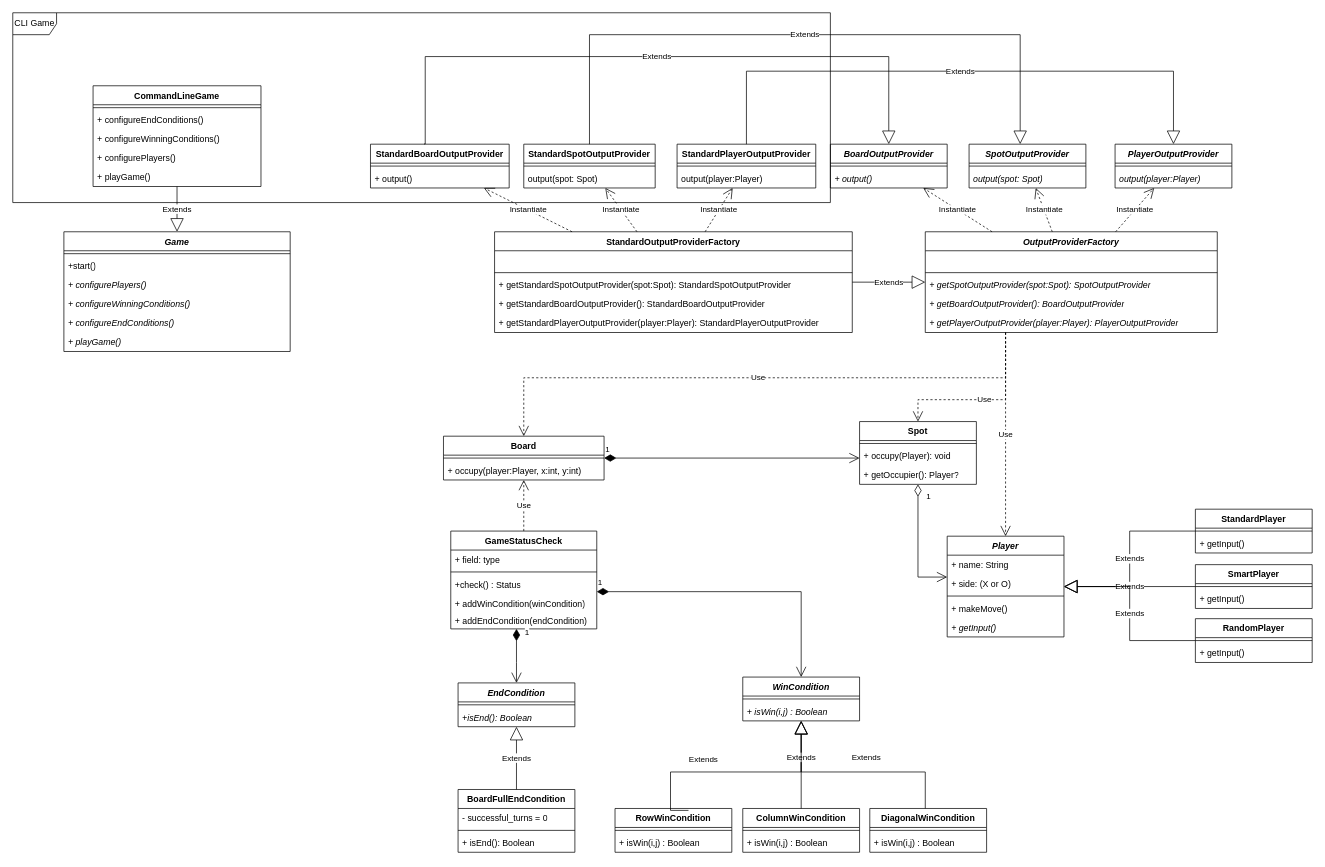
The draw.io diagram tictactoe.drawio in ddavid0909/notebook-test-project, before the edit. Source tidied: cells renumbered, new cells numbered last; positions are measured from the earlier drawing's top-left corner, leaving out a move shared by most shapes. Both pictures are drawn from the tidied source at 73%, with x=0, y=0 at pixel (12, 12).
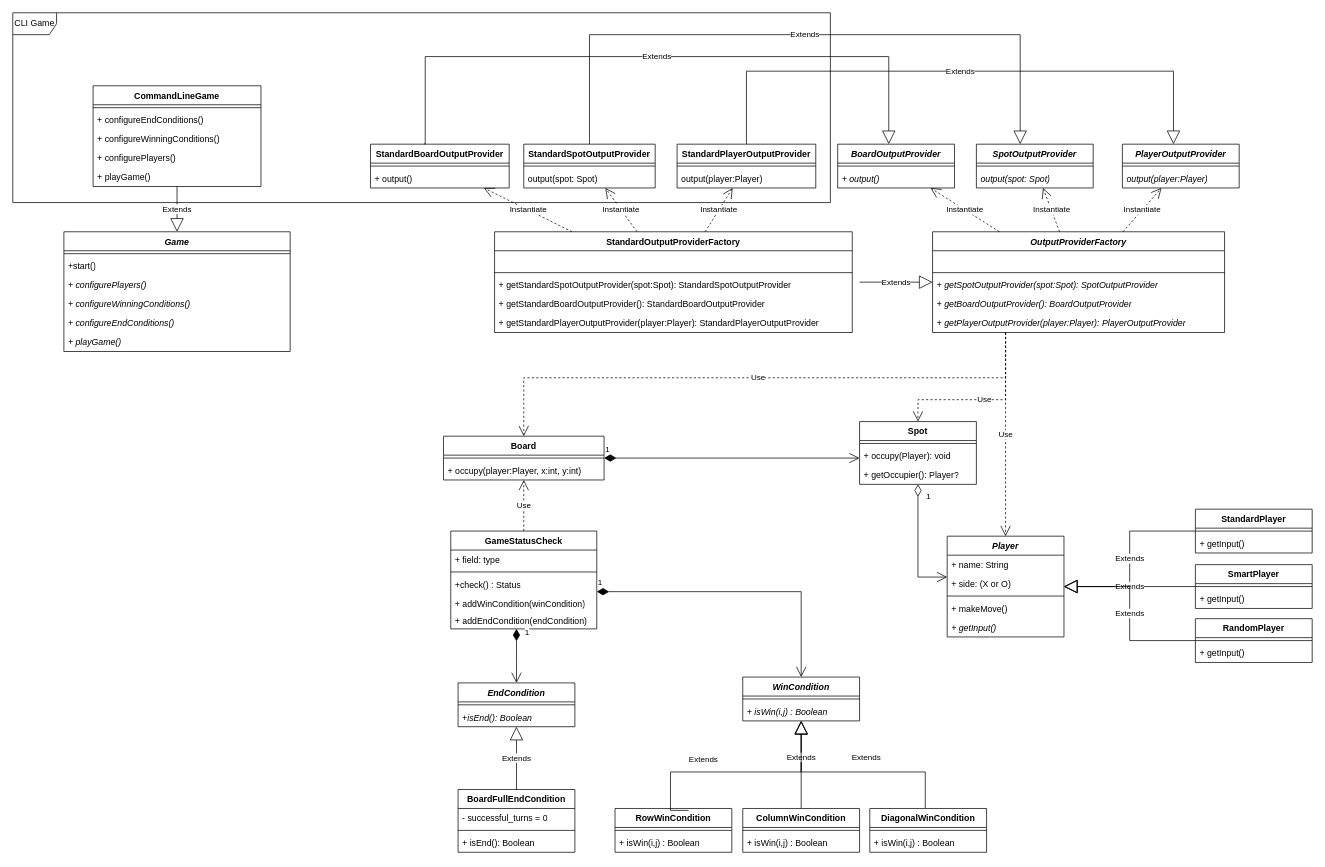
Above is the later version.

Unchanged cells that the change refers to:
```xml
<mxCell id="67" value="StandardOutputProviderFactory" style="swimlane;fontStyle=1;align=center;verticalAlign=top;horizontal=1;startSize=26;whiteSpace=wrap;html=1;" parent="1" vertex="1">
  <mxGeometry x="660" y="300" width="490" height="138" as="geometry" />
</mxCell>
```

What changed in the source:
```diff
@@
     <mxCell id="49" value="&lt;i&gt;OutputProviderFactory&lt;/i&gt;" style="swimlane;fontStyle=1;align=center;verticalAlign=top;horizontal=1;startSize=26;whiteSpace=wrap;html=1;" parent="1" vertex="1">
-      <mxGeometry x="1250" y="300" width="400" height="138" as="geometry" />
+      <mxGeometry x="1260" y="300" width="400" height="138" as="geometry" />
     </mxCell>
@@
     <mxCell id="55" value="&lt;i&gt;BoardOutputProvider&lt;/i&gt;" style="swimlane;fontStyle=1;align=center;verticalAlign=top;horizontal=1;startSize=26;whiteSpace=wrap;html=1;" parent="1" vertex="1">
-      <mxGeometry x="1120" y="180" width="160" height="60" as="geometry" />
+      <mxGeometry x="1130" y="180" width="160" height="60" as="geometry" />
     </mxCell>
@@
     <mxCell id="58" value="&lt;i&gt;SpotOutputProvider&lt;/i&gt;" style="swimlane;fontStyle=1;align=center;verticalAlign=top;horizontal=1;startSize=26;whiteSpace=wrap;html=1;" parent="1" vertex="1">
-      <mxGeometry x="1310" y="180" width="160" height="60" as="geometry" />
+      <mxGeometry x="1320" y="180" width="160" height="60" as="geometry" />
     </mxCell>
@@
     <mxCell id="61" value="&lt;i&gt;PlayerOutputProvider&lt;/i&gt;" style="swimlane;fontStyle=1;align=center;verticalAlign=top;horizontal=1;startSize=26;whiteSpace=wrap;html=1;" parent="1" vertex="1">
-      <mxGeometry x="1510" y="180" width="160" height="60" as="geometry" />
+      <mxGeometry x="1520" y="180" width="160" height="60" as="geometry" />
     </mxCell>
@@
-    <mxCell id="85" value="Extends" style="endArrow=block;endSize=16;endFill=0;html=1;rounded=0;" parent="1" edge="1" source="67" target="49">
-      <mxGeometry relative="1" as="geometry" />
+    <mxCell id="85" value="Extends" style="endArrow=block;endSize=16;endFill=0;html=1;rounded=0;" parent="1" edge="1" target="49">
+      <mxGeometry relative="1" as="geometry">
+        <mxPoint x="1160" y="369" as="sourcePoint" />
+      </mxGeometry>
     </mxCell>
```
